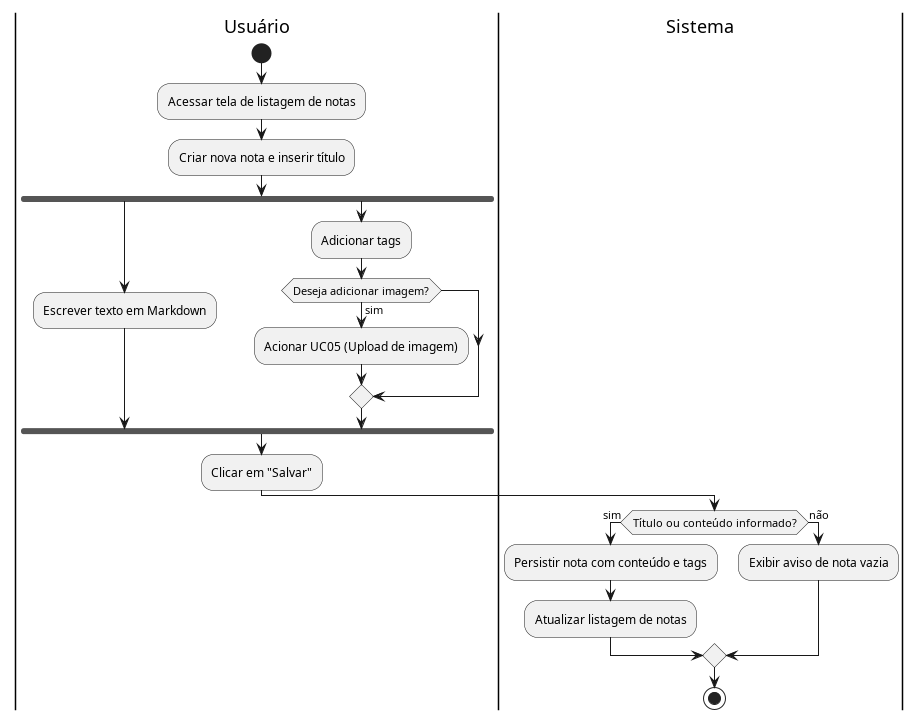
This is docs/casosUso/imagens/diagramas_atividade/diagrama_UC06.png from aspiringluke/Projeto-Integrado-Mobile, a PlantUML export, as it was before one commit. Source of this version:
```plantuml
@startuml diagrama_UC06

|Usuário|
start
:Acessar tela de listagem de notas;
:Criar nova nota e inserir título;
fork
  :Escrever texto em Markdown;
fork again
  :Adicionar tags;

  if (Deseja adicionar imagem?) then (sim)
    :Acionar UC05 (Upload de imagem);
  endif
end fork

:Clicar em "Salvar";

|Sistema|
if (Título ou conteúdo informado?) then (sim)
  :Persistir nota com conteúdo e tags;
  :Atualizar listagem de notas;
else (não)
  :Exibir aviso de nota vazia;
endif

stop
@enduml
```
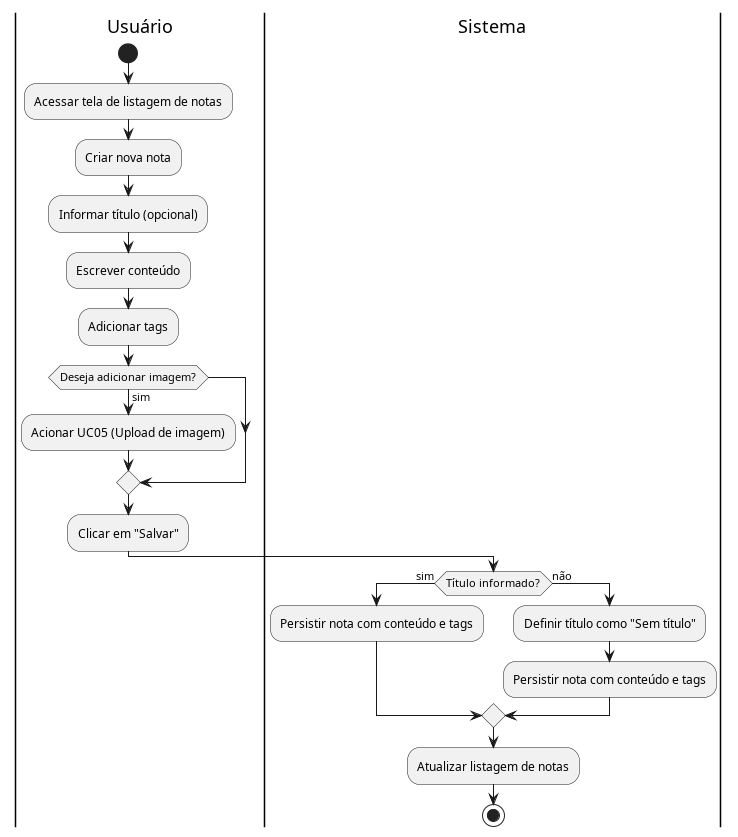
After the commit.

The edit, as a diff of the source:
```diff
@@ -3,26 +3,23 @@
 |Usuário|
 start
 :Acessar tela de listagem de notas;
-:Criar nova nota e inserir título;
-fork
-  :Escrever texto em Markdown;
-fork again
-  :Adicionar tags;
-
-  if (Deseja adicionar imagem?) then (sim)
-    :Acionar UC05 (Upload de imagem);
-  endif
-end fork
-
+:Criar nova nota;
+:Informar título (opcional);
+:Escrever conteúdo;
+:Adicionar tags;
+if (Deseja adicionar imagem?) then (sim)
+  :Acionar UC05 (Upload de imagem);
+endif
 :Clicar em "Salvar";
 
 |Sistema|
-if (Título ou conteúdo informado?) then (sim)
+if (Título informado?) then (sim)
   :Persistir nota com conteúdo e tags;
-  :Atualizar listagem de notas;
 else (não)
-  :Exibir aviso de nota vazia;
+  :Definir título como "Sem título";
+  :Persistir nota com conteúdo e tags;
 endif
+:Atualizar listagem de notas;
 
 stop
 @enduml
```
